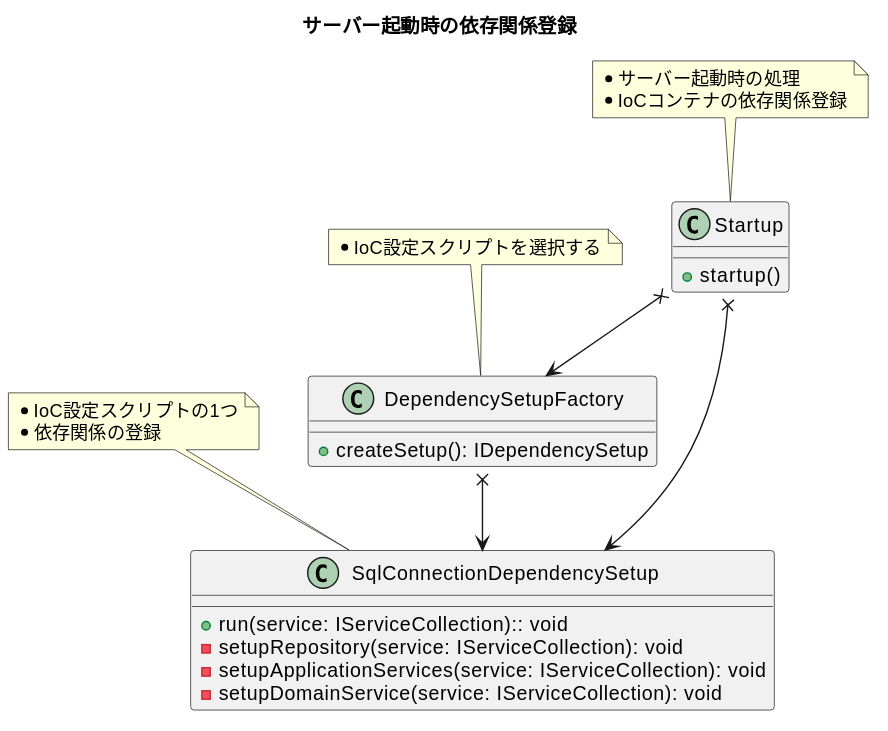
This is diagrams/ch08-startup.svg from Yuki-TU/ddd, a PlantUML export, as it was before one commit. Its diagram source:
```plantuml
@startuml
title サーバー起動時の依存関係登録

class Startup {
  + startup()
}
note top
* サーバー起動時の処理
* IoCコンテナの依存関係登録
endnote

class DependencySetupFactory {
  + createSetup(): IDependencySetup
}
note top
* IoC設定スクリプトを選択する
endnote

class SqlConnectionDependencySetup {
  + run(service: IServiceCollection):: void
  - setupRepository(service: IServiceCollection): void
  - setupApplicationServices(service: IServiceCollection): void
  - setupDomainService(service: IServiceCollection): void
}
note top
* IoC設定スクリプトの1つ
* 依存関係の登録
endnote

Startup x--> DependencySetupFactory
Startup x--> SqlConnectionDependencySetup
DependencySetupFactory x--> SqlConnectionDependencySetup
@enduml
```
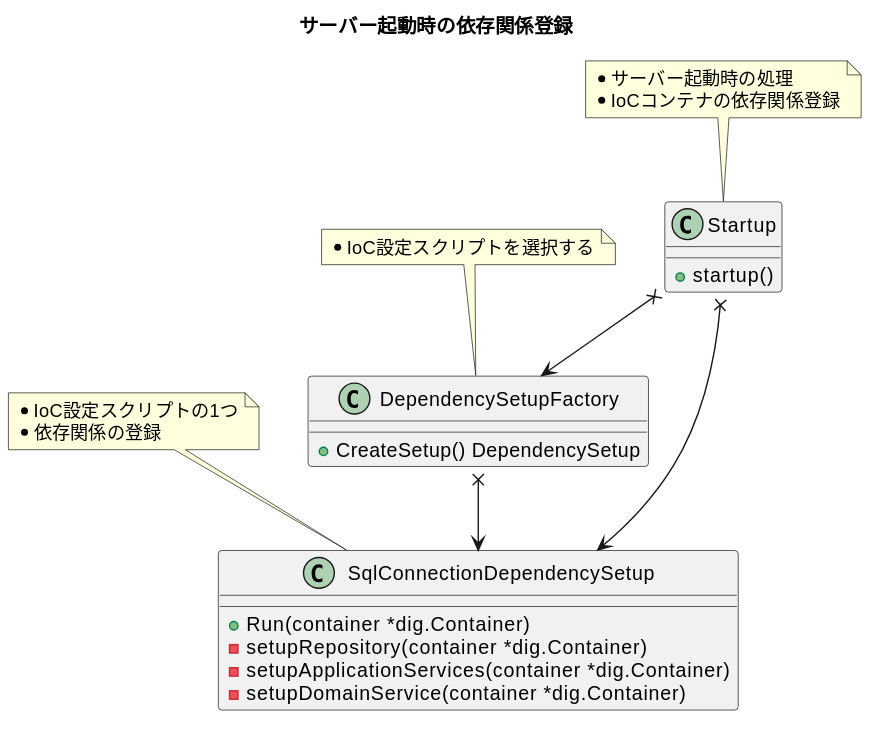
The same file after the commit.

Change to the diagram source:
```diff
@@ -10,17 +10,17 @@
 endnote
 
 class DependencySetupFactory {
-  + createSetup(): IDependencySetup
+  + CreateSetup() DependencySetup
 }
 note top
 * IoC設定スクリプトを選択する
 endnote
 
 class SqlConnectionDependencySetup {
-  + run(service: IServiceCollection):: void
-  - setupRepository(service: IServiceCollection): void
-  - setupApplicationServices(service: IServiceCollection): void
-  - setupDomainService(service: IServiceCollection): void
+  + Run(container *dig.Container)
+  - setupRepository(container *dig.Container)
+  - setupApplicationServices(container *dig.Container)
+  - setupDomainService(container *dig.Container)
 }
 note top
 * IoC設定スクリプトの1つ
```
